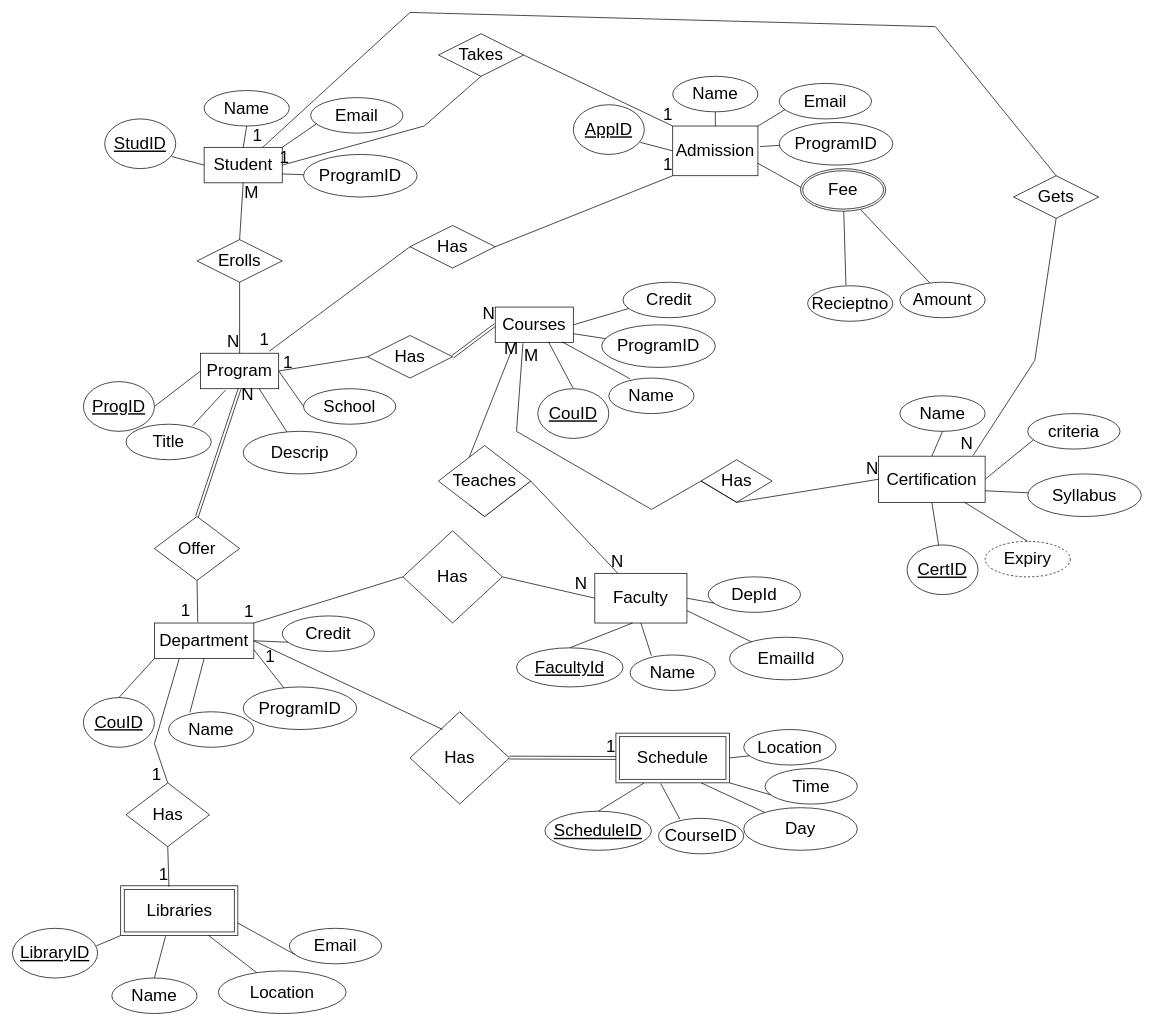
Before: page "Page-1" (1 of 2) of Untitled Diagram.drawio in JagbirSingh2553/Movies-Trailers, a draw.io diagram. Source tidied: cells renumbered, new cells numbered last; positions are measured from the earlier drawing's top-left corner, leaving out a move shared by most shapes. Both pictures are drawn from the tidied source at 71%, with x=0, y=0 at pixel (12, 12).
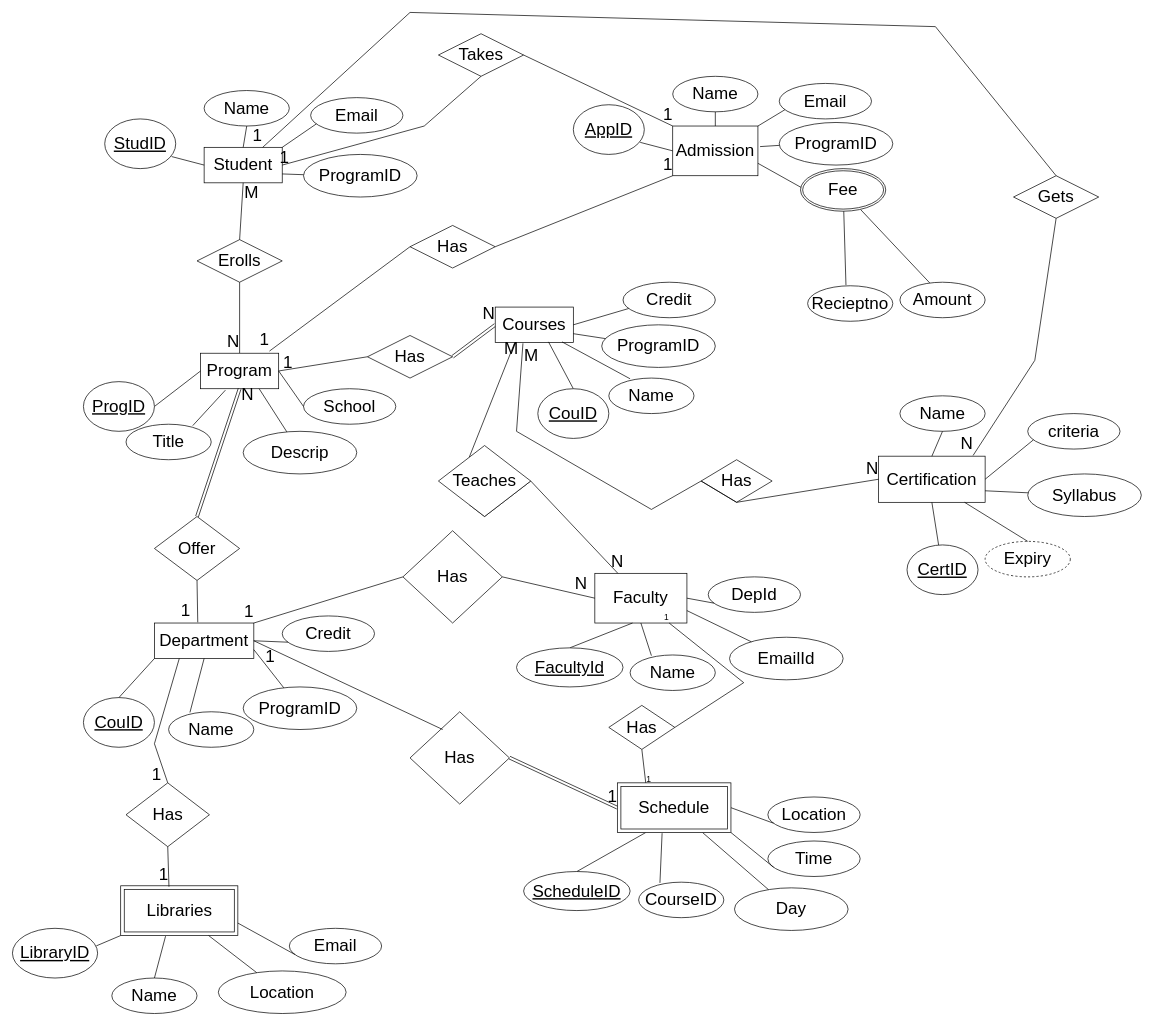
The same diagram, later.

The change refers to these unchanged cells:
```xml
<mxCell id="54" value="Faculty" style="whiteSpace=wrap;html=1;align=center;fontSize=24;" parent="1" vertex="1">
  <mxGeometry x="820.3" y="790" width="129.7" height="70" as="geometry" />
</mxCell>
<mxCell id="73" style="shape=link;html=1;rounded=0;fontSize=24;entryX=0;entryY=0.5;entryDx=0;entryDy=0;" parent="1" edge="1" target="88">
  <mxGeometry relative="1" as="geometry">
    <mxPoint x="700" y="1049.5" as="sourcePoint" />
  </mxGeometry>
</mxCell>
```

What changed in the source:
```diff
@@
-    <mxCell id="74" value="1" style="html=1;align=right;verticalAlign=bottom;fontSize=24;" parent="73" vertex="1">
+    <mxCell id="74" value="1" style="html=1;align=right;verticalAlign=bottom;fontSize=24;direction=south;" parent="73" vertex="1">
       <mxGeometry x="1" relative="1" as="geometry" />
     </mxCell>
@@
     <mxCell id="79" value="ScheduleID" style="ellipse;whiteSpace=wrap;html=1;align=center;fontStyle=4;fontSize=24;" parent="1" vertex="1">
-      <mxGeometry x="750" y="1125.1" width="150" height="55" as="geometry" />
+      <mxGeometry x="720" y="1210" width="150" height="55" as="geometry" />
     </mxCell>
     <mxCell id="80" value="CourseID" style="ellipse;whiteSpace=wrap;html=1;align=center;fontSize=24;" parent="1" vertex="1">
-      <mxGeometry x="910" y="1135.1" width="120" height="50" as="geometry" />
+      <mxGeometry x="882" y="1225" width="120" height="50" as="geometry" />
     </mxCell>
     <mxCell id="81" value="Day" style="ellipse;whiteSpace=wrap;html=1;align=center;fontSize=24;" parent="1" vertex="1">
-      <mxGeometry x="1030" y="1120.1" width="160" height="60" as="geometry" />
+      <mxGeometry x="1017" y="1233" width="160" height="60" as="geometry" />
     </mxCell>
     <mxCell id="82" value="Location" style="ellipse;whiteSpace=wrap;html=1;align=center;fontSize=24;" parent="1" vertex="1">
-      <mxGeometry x="1030" y="1010" width="130" height="50" as="geometry" />
+      <mxGeometry x="1064" y="1105" width="130" height="50" as="geometry" />
     </mxCell>
@@
     <mxCell id="86" value="Time" style="ellipse;whiteSpace=wrap;html=1;align=center;fontSize=24;" parent="1" vertex="1">
-      <mxGeometry x="1060" y="1065" width="130" height="50" as="geometry" />
+      <mxGeometry x="1064" y="1167" width="130" height="50" as="geometry" />
     </mxCell>
@@
     <mxCell id="88" value="Schedule" style="shape=ext;margin=3;double=1;whiteSpace=wrap;html=1;align=center;fontSize=24;" parent="1" vertex="1">
-      <mxGeometry x="850" y="1015.1" width="160" height="70" as="geometry" />
+      <mxGeometry x="852" y="1085.1" width="160" height="70" as="geometry" />
     </mxCell>
@@
+    <mxCell id="149" value="Has" style="shape=rhombus;perimeter=rhombusPerimeter;whiteSpace=wrap;html=1;align=center;fontSize=24;" parent="1" vertex="1">
+      <mxGeometry x="840" y="976" width="93" height="62" as="geometry" />
+    </mxCell>
+    <mxCell id="150" style="endArrow=none;html=1;rounded=0;exitX=1;exitY=0.5;exitDx=0;exitDy=0;entryX=0.807;entryY=1;entryDx=0;entryDy=0;entryPerimeter=0;" parent="1" edge="1" source="149" target="54">
+      <mxGeometry relative="1" as="geometry">
+        <Array as="points">
+          <mxPoint x="1030" y="944" />
+        </Array>
+      </mxGeometry>
+    </mxCell>
+    <mxCell id="151" value="1" style="html=1;align=right;verticalAlign=bottom;" parent="150" vertex="1">
+      <mxGeometry x="1" relative="1" as="geometry" />
+    </mxCell>
+    <mxCell id="152" style="endArrow=none;html=1;rounded=0;exitX=0.5;exitY=1;exitDx=0;exitDy=0;entryX=0.25;entryY=0;entryDx=0;entryDy=0;" parent="1" edge="1" source="149" target="88">
+      <mxGeometry relative="1" as="geometry" />
+    </mxCell>
+    <mxCell id="153" value="1" style="html=1;align=right;verticalAlign=bottom;" parent="1" vertex="1">
+      <mxGeometry x="900" y="1088" as="geometry" />
+    </mxCell>
```
